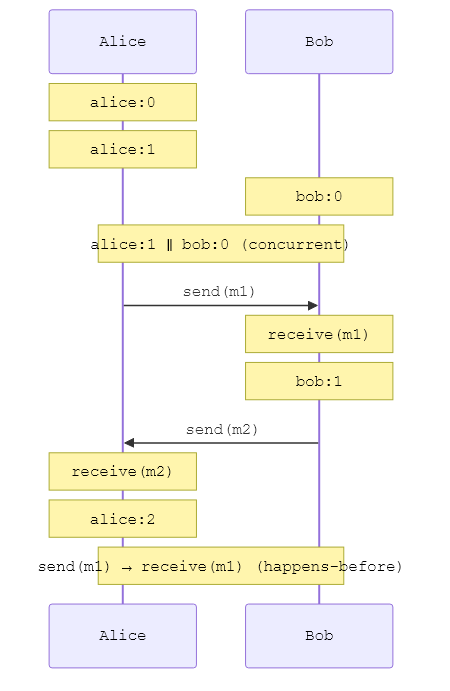
Above: img/causality.png in krsion/master-thesis (Mermaid), before the change. Its source is kept beside it as img/causality.mmd.
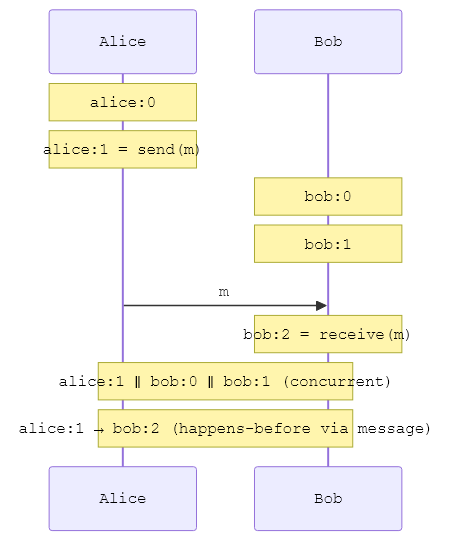
The same diagram one commit later.

Commit message:
Causality diagram: diagonal arrows, send/receive as event labels

Simplified: alice:1 = send(m), bob:2 = receive(m). Arrow goes
downward showing time progression. Concurrent and happens-before
annotations at bottom.

Change to the diagram source:
```diff
@@ -4,13 +4,11 @@
     participant Bob
 
     Note over Alice: alice:0
-    Note over Alice: alice:1
+    Note over Alice: alice:1 = send(m)
     Note over Bob: bob:0
-    Note over Alice,Bob: alice:1 ∥ bob:0 (concurrent)
-    Alice->>Bob: send(m1)
-    Note over Bob: receive(m1)
     Note over Bob: bob:1
-    Bob->>Alice: send(m2)
-    Note over Alice: receive(m2)
-    Note over Alice: alice:2
-    Note over Alice,Bob: send(m1) → receive(m1) (happens-before)
+    Alice->>Bob: m
+    Note over Bob: bob:2 = receive(m)
+
+    Note over Alice,Bob: alice:1 ∥ bob:0 ∥ bob:1 (concurrent)
+    Note over Alice,Bob: alice:1 → bob:2 (happens-before via message)
```
